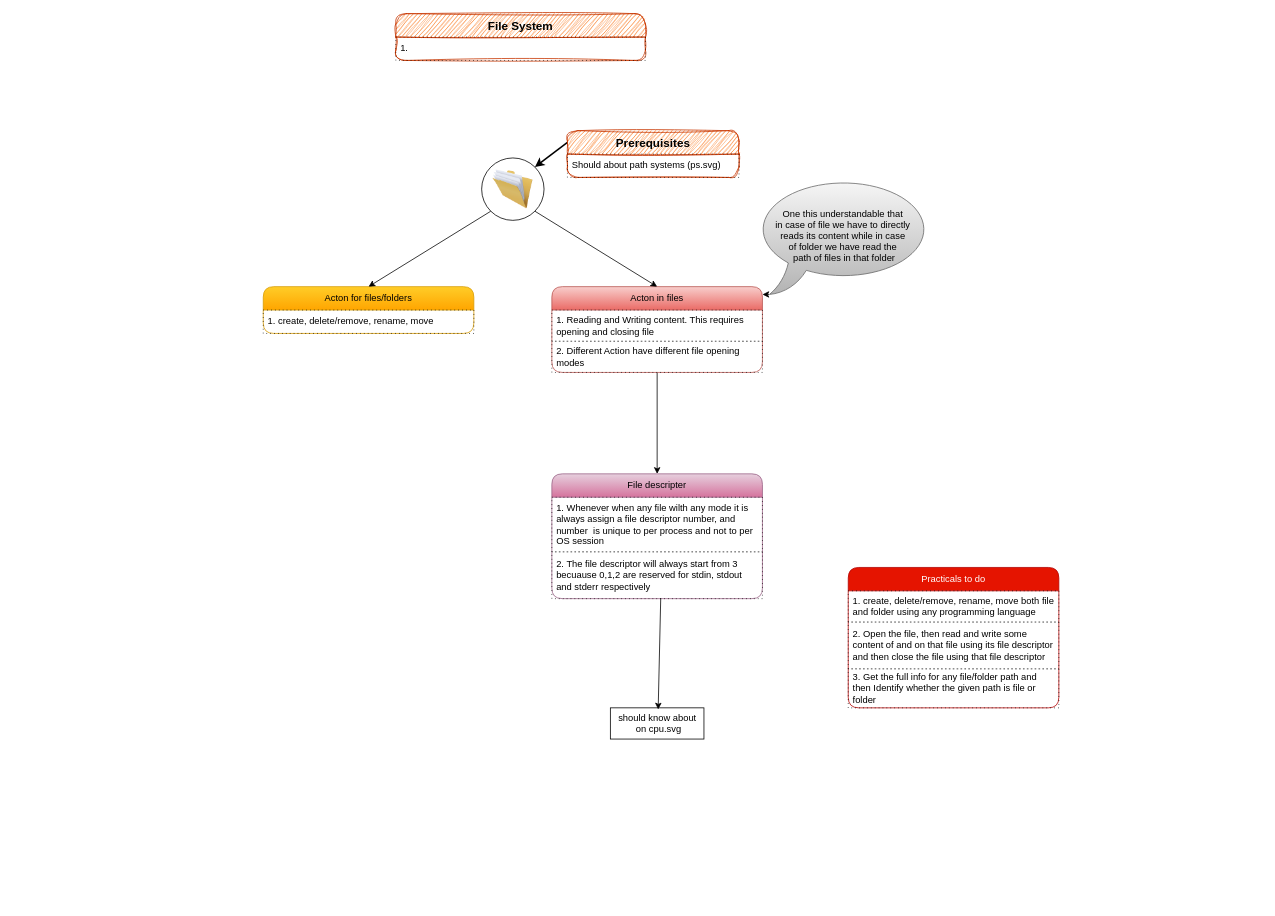
This is operating-system/file-handling/fh.dio from knpvt5/Programming-Concepts, a draw.io file, before an edit. Source tidied: cells renumbered, new cells numbered last; positions are measured from the earlier drawing's top-left corner, leaving out a move shared by most shapes. Both pictures are drawn from the tidied source at 78%, with x=0, y=0 at pixel (263, 13).
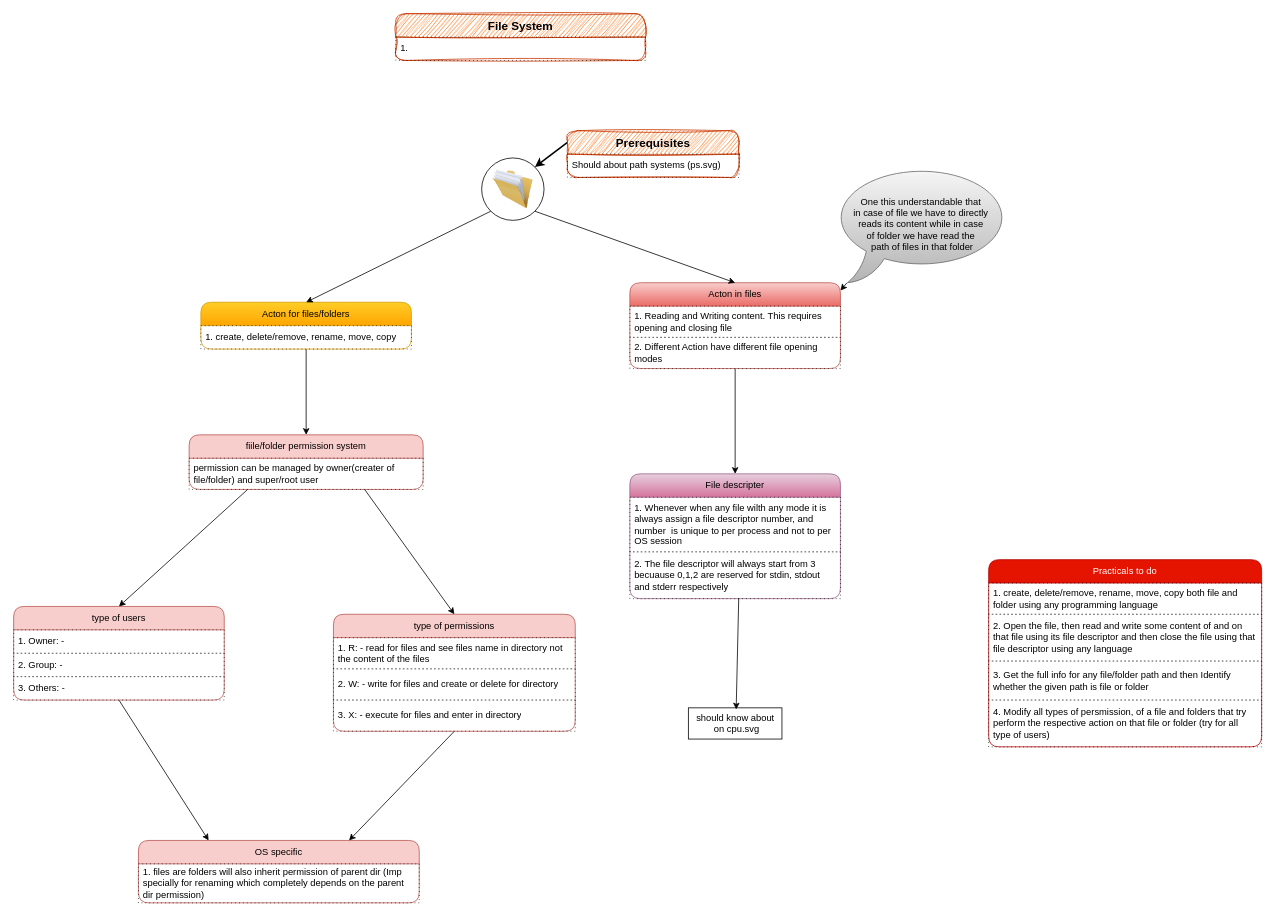
Above is the later version.

Diff of the diagram source:
```diff
@@
+    <mxCell id="29" style="edgeStyle=none;html=1;exitX=0.5;exitY=1;exitDx=0;exitDy=0;entryX=0.5;entryY=0;entryDx=0;entryDy=0;flowAnimation=1;" parent="1" edge="1" source="5" target="35">
+      <mxGeometry relative="1" as="geometry" />
+    </mxCell>
     <mxCell id="5" value="Acton for files/folders" style="swimlane;fontStyle=0;horizontal=1;startSize=30;whiteSpace=wrap;html=1;rounded=1;fillColor=#ffcd28;gradientColor=#ffa500;strokeColor=#d79b00;" parent="1" vertex="1">
-      <mxGeometry y="350" width="270" height="60" as="geometry" />
+      <mxGeometry x="-80" y="370" width="270" height="60" as="geometry" />
     </mxCell>
-    <mxCell id="6" value="1. create, delete/remove, rename, move" style="text;strokeColor=default;fillColor=none;align=left;verticalAlign=middle;spacingLeft=4;spacingRight=4;overflow=hidden;whiteSpace=wrap;html=1;dashed=1;dashPattern=1 4;" parent="5" vertex="1">
+    <mxCell id="6" value="1. create, delete/remove, rename, move, copy" style="text;strokeColor=default;fillColor=none;align=left;verticalAlign=middle;spacingLeft=4;spacingRight=4;overflow=hidden;whiteSpace=wrap;html=1;dashed=1;dashPattern=1 4;" parent="5" vertex="1">
       <mxGeometry y="30" width="270" height="30" as="geometry" />
     </mxCell>
+    <mxCell id="30" style="edgeStyle=none;html=1;exitX=0.5;exitY=1;exitDx=0;exitDy=0;entryX=0.25;entryY=0;entryDx=0;entryDy=0;" parent="1" edge="1" source="31" target="37">
+      <mxGeometry relative="1" as="geometry" />
+    </mxCell>
+    <mxCell id="31" value="type of users" style="swimlane;fontStyle=0;horizontal=1;startSize=30;whiteSpace=wrap;html=1;rounded=1;fillColor=#f8cecc;strokeColor=#b85450;" parent="1" vertex="1">
+      <mxGeometry x="-320" y="760" width="270" height="120" as="geometry" />
+    </mxCell>
+    <mxCell id="32" value="1. Owner: -" style="text;strokeColor=default;fillColor=none;align=left;verticalAlign=middle;spacingLeft=4;spacingRight=4;overflow=hidden;whiteSpace=wrap;html=1;dashed=1;dashPattern=1 4;" parent="31" vertex="1">
+      <mxGeometry y="30" width="270" height="30" as="geometry" />
+    </mxCell>
+    <mxCell id="33" value="2. Group: -" style="text;strokeColor=default;fillColor=none;align=left;verticalAlign=middle;spacingLeft=4;spacingRight=4;overflow=hidden;whiteSpace=wrap;html=1;dashed=1;dashPattern=1 4;" parent="31" vertex="1">
+      <mxGeometry y="60" width="270" height="30" as="geometry" />
+    </mxCell>
+    <mxCell id="34" value="3. Others: -" style="text;strokeColor=default;fillColor=none;align=left;verticalAlign=middle;spacingLeft=4;spacingRight=4;overflow=hidden;whiteSpace=wrap;html=1;dashed=1;dashPattern=1 4;" parent="31" vertex="1">
+      <mxGeometry y="90" width="270" height="30" as="geometry" />
+    </mxCell>
+    <mxCell id="35" value="fiile/folder permission system" style="swimlane;fontStyle=0;horizontal=1;startSize=30;whiteSpace=wrap;html=1;rounded=1;fillColor=#f8cecc;strokeColor=#b85450;" parent="1" vertex="1">
+      <mxGeometry x="-95" y="540" width="300" height="70" as="geometry" />
+    </mxCell>
+    <mxCell id="36" value="permission can be managed by owner(creater of file/folder) and super/root user" style="text;strokeColor=default;fillColor=none;align=left;verticalAlign=middle;spacingLeft=4;spacingRight=4;overflow=hidden;whiteSpace=wrap;html=1;dashed=1;dashPattern=1 4;" parent="35" vertex="1">
+      <mxGeometry y="30" width="300" height="40" as="geometry" />
+    </mxCell>
+    <mxCell id="37" value="OS specific" style="swimlane;fontStyle=0;horizontal=1;startSize=30;whiteSpace=wrap;html=1;rounded=1;fillColor=#f8cecc;strokeColor=#b85450;" parent="1" vertex="1">
+      <mxGeometry x="-160" y="1060" width="360" height="80" as="geometry" />
+    </mxCell>
+    <mxCell id="38" value="1. files are folders will also inherit permission of parent dir (Imp specially for renaming which completely depends on the parent dir permission)" style="text;strokeColor=default;fillColor=none;align=left;verticalAlign=middle;spacingLeft=4;spacingRight=4;overflow=hidden;whiteSpace=wrap;html=1;dashed=1;dashPattern=1 4;" parent="37" vertex="1">
+      <mxGeometry y="30" width="360" height="50" as="geometry" />
+    </mxCell>
+    <mxCell id="39" style="edgeStyle=none;html=1;exitX=0.5;exitY=1;exitDx=0;exitDy=0;entryX=0.75;entryY=0;entryDx=0;entryDy=0;" parent="1" edge="1" source="40" target="37">
+      <mxGeometry relative="1" as="geometry" />
+    </mxCell>
+    <mxCell id="40" value="type of permissions" style="swimlane;fontStyle=0;horizontal=1;startSize=30;whiteSpace=wrap;html=1;rounded=1;fillColor=#f8cecc;strokeColor=#b85450;" parent="1" vertex="1">
+      <mxGeometry x="90" y="770" width="310" height="150" as="geometry" />
+    </mxCell>
+    <mxCell id="41" value="1. R: - read for files and see files name in directory not the content of the files" style="text;strokeColor=default;fillColor=none;align=left;verticalAlign=middle;spacingLeft=4;spacingRight=4;overflow=hidden;whiteSpace=wrap;html=1;dashed=1;dashPattern=1 4;" parent="40" vertex="1">
+      <mxGeometry y="30" width="310" height="40" as="geometry" />
+    </mxCell>
+    <mxCell id="42" value="2. W: - write for files and create or delete for directory" style="text;strokeColor=default;fillColor=none;align=left;verticalAlign=middle;spacingLeft=4;spacingRight=4;overflow=hidden;whiteSpace=wrap;html=1;dashed=1;dashPattern=1 4;" parent="40" vertex="1">
+      <mxGeometry y="70" width="310" height="40" as="geometry" />
+    </mxCell>
+    <mxCell id="43" value="3. X: - execute for files and enter in directory" style="text;strokeColor=default;fillColor=none;align=left;verticalAlign=middle;spacingLeft=4;spacingRight=4;overflow=hidden;whiteSpace=wrap;html=1;dashed=1;dashPattern=1 4;" parent="40" vertex="1">
+      <mxGeometry y="110" width="310" height="40" as="geometry" />
+    </mxCell>
@@
     <mxCell id="12" value="File descripter" style="swimlane;fontStyle=0;horizontal=1;startSize=30;whiteSpace=wrap;html=1;rounded=1;fillColor=#e6d0de;gradientColor=#d5739d;strokeColor=#996185;" parent="1" vertex="1">
-      <mxGeometry x="370" y="590" width="270" height="160" as="geometry" />
+      <mxGeometry x="470" y="590" width="270" height="160" as="geometry" />
     </mxCell>
@@
     <mxCell id="16" value="Acton in files" style="swimlane;fontStyle=0;horizontal=1;startSize=30;whiteSpace=wrap;html=1;rounded=1;fillColor=#f8cecc;gradientColor=#ea6b66;strokeColor=#b85450;" parent="1" vertex="1">
-      <mxGeometry x="370" y="350" width="270" height="110" as="geometry" />
+      <mxGeometry x="470" y="345" width="270" height="110" as="geometry" />
     </mxCell>
@@
     <mxCell id="19" value="&lt;font style=&quot;color: light-dark(rgb(255, 255, 255), rgb(255, 255, 255));&quot;&gt;Practicals to do&lt;/font&gt;" style="swimlane;fontStyle=0;horizontal=1;startSize=30;whiteSpace=wrap;html=1;rounded=1;fillColor=light-dark(#E51400,#CC0000);strokeColor=#B20000;fontColor=#ffffff;" parent="1" vertex="1">
-      <mxGeometry x="750" y="710" width="270" height="180" as="geometry" />
+      <mxGeometry x="930" y="700" width="350" height="240" as="geometry" />
     </mxCell>
-    <mxCell id="20" value="1. create, delete/remove, rename, move both file and folder using any programming language" style="text;strokeColor=default;fillColor=none;align=left;verticalAlign=middle;spacingLeft=4;spacingRight=4;overflow=hidden;whiteSpace=wrap;html=1;dashed=1;dashPattern=1 4;" parent="19" vertex="1">
-      <mxGeometry y="30" width="270" height="40" as="geometry" />
+    <mxCell id="20" value="1. create, delete/remove, rename, move, copy both file and folder using any programming language" style="text;strokeColor=default;fillColor=none;align=left;verticalAlign=middle;spacingLeft=4;spacingRight=4;overflow=hidden;whiteSpace=wrap;html=1;dashed=1;dashPattern=1 4;" parent="19" vertex="1">
+      <mxGeometry y="30" width="350" height="40" as="geometry" />
     </mxCell>
-    <mxCell id="21" value="2. Open the file, then read and write some content of and on that file using its file descriptor and then close the file using that file descriptor" style="text;strokeColor=default;fillColor=none;align=left;verticalAlign=middle;spacingLeft=4;spacingRight=4;overflow=hidden;whiteSpace=wrap;html=1;dashed=1;dashPattern=1 4;" parent="19" vertex="1">
-      <mxGeometry y="70" width="270" height="60" as="geometry" />
+    <mxCell id="21" value="2. Open the file, then read and write some content of and on that file using its file descriptor and then close the file using that file descriptor using any language" style="text;strokeColor=default;fillColor=none;align=left;verticalAlign=middle;spacingLeft=4;spacingRight=4;overflow=hidden;whiteSpace=wrap;html=1;dashed=1;dashPattern=1 4;" parent="19" vertex="1">
+      <mxGeometry y="70" width="350" height="60" as="geometry" />
     </mxCell>
     <mxCell id="22" value="3. Get the full info for any file/folder path and then Identify whether the given path is file or folder" style="text;strokeColor=default;fillColor=none;align=left;verticalAlign=middle;spacingLeft=4;spacingRight=4;overflow=hidden;whiteSpace=wrap;html=1;dashed=1;dashPattern=1 4;" parent="19" vertex="1">
-      <mxGeometry y="130" width="270" height="50" as="geometry" />
+      <mxGeometry y="130" width="350" height="50" as="geometry" />
     </mxCell>
+    <mxCell id="44" value="4. Modify all types of persmission, of a file and folders that try perform the respective action on that file or folder (try for all type of users)" style="text;strokeColor=default;fillColor=none;align=left;verticalAlign=middle;spacingLeft=4;spacingRight=4;overflow=hidden;whiteSpace=wrap;html=1;dashed=1;dashPattern=1 4;" parent="19" vertex="1">
+      <mxGeometry y="180" width="350" height="60" as="geometry" />
+    </mxCell>
@@
     <mxCell id="25" value="should know about&lt;div&gt;&amp;nbsp;on &lt;span style=&quot;background-color: light-dark(rgb(255, 255, 255), rgb(204, 0, 204));&quot;&gt;cpu.svg&lt;/span&gt;&lt;/div&gt;" style="text;html=1;align=center;verticalAlign=middle;points=[];strokeColor=default;fillColor=none;" parent="1" vertex="1">
-      <mxGeometry x="445" y="890" width="120" height="40" as="geometry" />
+      <mxGeometry x="545" y="890" width="120" height="40" as="geometry" />
     </mxCell>
@@
     <mxCell id="28" value="&lt;font style=&quot;color: light-dark(rgb(0, 0, 0), rgb(255, 255, 255));&quot;&gt;One this understandable that&amp;nbsp;&lt;/font&gt;&lt;div&gt;&lt;font style=&quot;color: light-dark(rgb(0, 0, 0), rgb(255, 255, 255));&quot;&gt;in case of file we have to directly&amp;nbsp;&lt;/font&gt;&lt;/div&gt;&lt;div&gt;&lt;font style=&quot;color: light-dark(rgb(0, 0, 0), rgb(255, 255, 255));&quot;&gt;reads its content while in case&amp;nbsp;&lt;/font&gt;&lt;/div&gt;&lt;div&gt;&lt;font style=&quot;color: light-dark(rgb(0, 0, 0), rgb(255, 255, 255));&quot;&gt;of folder we have read the&amp;nbsp;&lt;/font&gt;&lt;/div&gt;&lt;div&gt;&lt;font style=&quot;color: light-dark(rgb(0, 0, 0), rgb(255, 255, 255));&quot;&gt;path of files in that folder&lt;/font&gt;&lt;/div&gt;" style="whiteSpace=wrap;html=1;shape=mxgraph.basic.oval_callout;fillColor=#f5f5f5;gradientColor=#b3b3b3;strokeColor=#666666;" parent="1" vertex="1">
-      <mxGeometry x="630" y="210" width="230" height="150" as="geometry" />
+      <mxGeometry x="730" y="195" width="230" height="150" as="geometry" />
     </mxCell>
+    <mxCell id="45" style="edgeStyle=none;html=1;exitX=0.25;exitY=1;exitDx=0;exitDy=0;entryX=0.5;entryY=0;entryDx=0;entryDy=0;" parent="1" edge="1" source="35" target="31">
+      <mxGeometry relative="1" as="geometry" />
+    </mxCell>
+    <mxCell id="46" style="edgeStyle=none;html=1;exitX=0.75;exitY=1;exitDx=0;exitDy=0;entryX=0.5;entryY=0;entryDx=0;entryDy=0;" parent="1" edge="1" source="35" target="40">
+      <mxGeometry relative="1" as="geometry" />
+    </mxCell>
```
